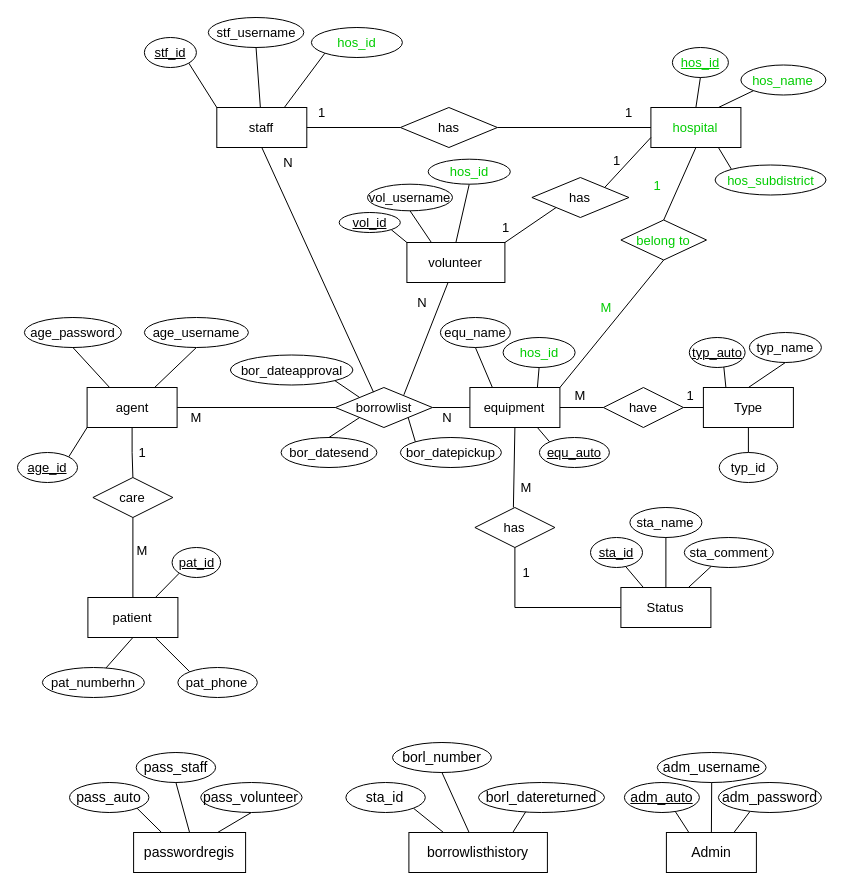
Earlier version of the draw.io diagram ER_jmk_medstock.drawio (oown-mac/jmk_medstock_diagram). Source tidied: cells renumbered, new cells numbered last; positions are measured from the earlier drawing's top-left corner, leaving out a move shared by most shapes. Both pictures are drawn from the tidied source at 100%, with x=0, y=0 at pixel (17, 17).
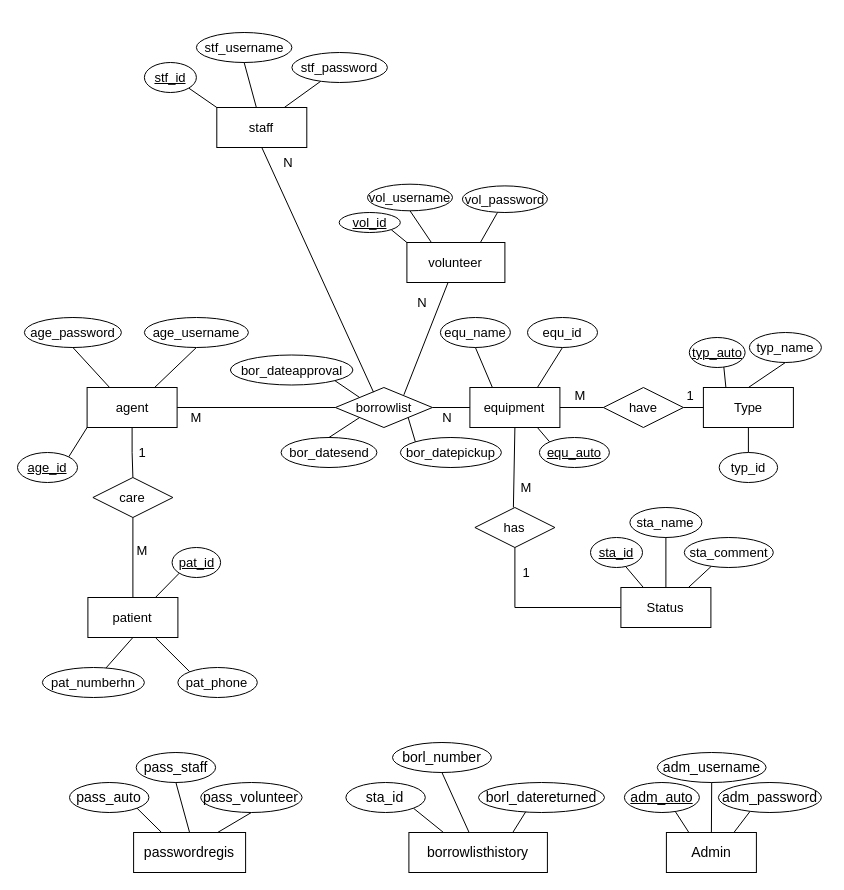
Above is the later version.

The change refers to these unchanged cells:
```xml
<mxCell id="10" value="&lt;div&gt;&lt;font&gt;equipment&lt;/font&gt;&lt;/div&gt;" style="rounded=0;whiteSpace=wrap;html=1;fontSize=13;" parent="1" vertex="1">
  <mxGeometry x="452.4" y="370" width="90" height="40" as="geometry" />
</mxCell>
<mxCell id="82" value="&lt;font&gt;volunteer&lt;/font&gt;" style="rounded=0;whiteSpace=wrap;html=1;fontSize=13;" parent="1" vertex="1">
  <mxGeometry x="389.4" y="225" width="98" height="40" as="geometry" />
</mxCell>
<mxCell id="105" value="&lt;div&gt;&lt;font&gt;staff&lt;/font&gt;&lt;/div&gt;" style="rounded=0;whiteSpace=wrap;html=1;fontSize=13;" parent="1" vertex="1">
  <mxGeometry x="199.3" y="90" width="90" height="40" as="geometry" />
</mxCell>
```

Change to the diagram source:
```diff
@@
+    <mxCell id="124" style="rounded=0;jettySize=auto;html=1;exitX=0.75;exitY=0;exitDx=0;exitDy=0;entryX=0.5;entryY=1;entryDx=0;entryDy=0;endArrow=none;endFill=0;" parent="1" edge="1" source="10" target="127">
+      <mxGeometry relative="1" as="geometry" />
+    </mxCell>
@@
-    <mxCell id="43" value="&lt;font color=&quot;#00cc00&quot;&gt;hos_id&lt;/font&gt;" style="ellipse;whiteSpace=wrap;html=1;fontSize=13;" parent="1" vertex="1">
-      <mxGeometry x="485.6" y="320" width="72" height="30" as="geometry" />
-    </mxCell>
@@
-    <mxCell id="46" style="endArrow=none;html=1;rounded=0;exitX=0.75;exitY=0;exitDx=0;exitDy=0;entryX=0.5;entryY=1;entryDx=0;entryDy=0;fontSize=13;" parent="1" edge="1" source="10" target="43">
-      <mxGeometry relative="1" as="geometry" />
-    </mxCell>
@@
-    <mxCell id="67" value="&lt;font&gt;hospital&lt;/font&gt;" style="rounded=0;whiteSpace=wrap;html=1;fontSize=13;fontColor=#00CC00;" parent="1" vertex="1">
-      <mxGeometry x="633.4" y="90" width="90" height="40" as="geometry" />
-    </mxCell>
-    <mxCell id="68" style="endArrow=none;html=1;rounded=0;entryX=0.5;entryY=1;entryDx=0;entryDy=0;fontSize=13;exitX=0.5;exitY=0;exitDx=0;exitDy=0;" parent="1" edge="1" source="74" target="67">
-      <mxGeometry relative="1" as="geometry" />
-    </mxCell>
@@
-    <mxCell id="70" value="&lt;span&gt;&lt;u&gt;hos_id&lt;/u&gt;&lt;/span&gt;" style="ellipse;whiteSpace=wrap;html=1;fontSize=13;fontColor=#00CC00;" parent="1" vertex="1">
-      <mxGeometry x="654.9" y="30" width="56" height="30" as="geometry" />
-    </mxCell>
-    <mxCell id="71" value="&lt;font&gt;hos_name&lt;/font&gt;" style="ellipse;whiteSpace=wrap;html=1;fontSize=13;fontColor=#00CC00;" parent="1" vertex="1">
-      <mxGeometry x="723.4" y="47.5" width="85" height="30" as="geometry" />
-    </mxCell>
-    <mxCell id="72" style="endArrow=none;html=1;rounded=0;exitX=0.5;exitY=0;exitDx=0;exitDy=0;entryX=0.5;entryY=1;entryDx=0;entryDy=0;fontSize=13;fontColor=#00CC00;" parent="1" edge="1" source="67" target="70">
-      <mxGeometry relative="1" as="geometry" />
-    </mxCell>
-    <mxCell id="73" style="endArrow=none;html=1;rounded=0;exitX=0.75;exitY=0;exitDx=0;exitDy=0;entryX=0;entryY=1;entryDx=0;entryDy=0;fontSize=13;fontColor=#00CC00;" parent="1" edge="1" source="67" target="71">
-      <mxGeometry relative="1" as="geometry" />
-    </mxCell>
-    <mxCell id="74" value="&lt;font&gt;belong to&lt;/font&gt;" style="rhombus;whiteSpace=wrap;html=1;fontSize=13;fontColor=#00CC00;" parent="1" vertex="1">
-      <mxGeometry x="603.4" y="202.5" width="85.6" height="40" as="geometry" />
-    </mxCell>
-    <mxCell id="75" style="endArrow=none;html=1;rounded=0;entryX=0.5;entryY=1;entryDx=0;entryDy=0;fontSize=13;exitX=1;exitY=0;exitDx=0;exitDy=0;" parent="1" edge="1" source="10" target="74">
-      <mxGeometry relative="1" as="geometry" />
-    </mxCell>
@@
-    <mxCell id="80" value="1" style="text;html=1;align=center;verticalAlign=middle;whiteSpace=wrap;rounded=0;fontSize=13;fontColor=#00CC00;" parent="1" vertex="1">
-      <mxGeometry x="629.5" y="157.5" width="20" height="20" as="geometry" />
-    </mxCell>
-    <mxCell id="81" value="M" style="text;html=1;align=center;verticalAlign=middle;whiteSpace=wrap;rounded=0;fontSize=13;fontColor=#00CC00;" parent="1" vertex="1">
-      <mxGeometry x="578.9" y="280" width="20" height="20" as="geometry" />
-    </mxCell>
+    <mxCell id="125" style="rounded=0;jettySize=auto;html=1;exitX=0.75;exitY=0;exitDx=0;exitDy=0;endArrow=none;endFill=0;" parent="1" edge="1" source="82" target="128">
+      <mxGeometry relative="1" as="geometry" />
+    </mxCell>
@@
-    <mxCell id="83" style="rounded=0;jettySize=auto;html=1;exitX=0;exitY=0;exitDx=0;exitDy=0;entryX=0.75;entryY=1;entryDx=0;entryDy=0;endArrow=none;endFill=0;fontSize=13;" parent="1" edge="1" source="84" target="67">
-      <mxGeometry relative="1" as="geometry" />
-    </mxCell>
-    <mxCell id="84" value="&lt;font&gt;hos_subdistrict&lt;/font&gt;" style="ellipse;whiteSpace=wrap;html=1;fontSize=13;fontColor=#00CC00;" parent="1" vertex="1">
-      <mxGeometry x="697.6" y="147.5" width="110.9" height="30" as="geometry" />
-    </mxCell>
@@
-    <mxCell id="89" style="rounded=0;jettySize=auto;html=1;exitX=0.5;exitY=1;exitDx=0;exitDy=0;entryX=0.5;entryY=0;entryDx=0;entryDy=0;endArrow=none;endFill=0;fontSize=13;" parent="1" edge="1" source="90" target="82">
-      <mxGeometry relative="1" as="geometry" />
-    </mxCell>
-    <mxCell id="90" value="&lt;font style=&quot;color: light-dark(rgb(0, 204, 0), rgb(0, 204, 0));&quot;&gt;hos_id&lt;/font&gt;" style="ellipse;whiteSpace=wrap;html=1;fontSize=13;" parent="1" vertex="1">
-      <mxGeometry x="410.7" y="141.7" width="82.1" height="25" as="geometry" />
-    </mxCell>
@@
+    <mxCell id="126" style="rounded=0;jettySize=auto;html=1;exitX=0.75;exitY=0;exitDx=0;exitDy=0;endArrow=none;endFill=0;" parent="1" edge="1" source="105" target="129">
+      <mxGeometry relative="1" as="geometry" />
+    </mxCell>
@@
-    <mxCell id="106" style="rounded=0;jettySize=auto;html=1;exitX=0;exitY=1;exitDx=0;exitDy=0;entryX=0.75;entryY=0;entryDx=0;entryDy=0;endArrow=none;endFill=0;fontSize=13;" parent="1" edge="1" source="107" target="105">
-      <mxGeometry relative="1" as="geometry" />
-    </mxCell>
-    <mxCell id="107" value="&lt;font style=&quot;color: light-dark(rgb(0, 204, 0), rgb(0, 204, 0));&quot;&gt;hos_id&lt;/font&gt;" style="ellipse;whiteSpace=wrap;html=1;fontSize=13;" parent="1" vertex="1">
-      <mxGeometry x="293.9" y="10" width="91" height="30" as="geometry" />
-    </mxCell>
@@
     <mxCell id="109" value="&lt;font&gt;&lt;u&gt;stf_id&lt;/u&gt;&lt;/font&gt;" style="ellipse;whiteSpace=wrap;html=1;fontSize=13;" parent="1" vertex="1">
-      <mxGeometry x="126.9" y="20" width="52" height="30" as="geometry" />
+      <mxGeometry x="126.9" y="45" width="52" height="30" as="geometry" />
     </mxCell>
@@
     <mxCell id="111" value="&lt;font&gt;stf_username&lt;/font&gt;" style="ellipse;whiteSpace=wrap;html=1;fontSize=13;" parent="1" vertex="1">
-      <mxGeometry x="190.8" width="95.5" height="30" as="geometry" />
+      <mxGeometry x="178.9" y="15" width="95.5" height="30" as="geometry" />
     </mxCell>
-    <mxCell id="112" style="rounded=0;jettySize=auto;html=1;exitX=1;exitY=0;exitDx=0;exitDy=0;entryX=0;entryY=0.75;entryDx=0;entryDy=0;endArrow=none;endFill=0;fontSize=13;" parent="1" edge="1" source="114" target="67">
-      <mxGeometry relative="1" as="geometry" />
-    </mxCell>
-    <mxCell id="113" style="rounded=0;jettySize=auto;html=1;exitX=0;exitY=1;exitDx=0;exitDy=0;entryX=1;entryY=0;entryDx=0;entryDy=0;endArrow=none;endFill=0;fontSize=13;" parent="1" edge="1" source="114" target="82">
-      <mxGeometry relative="1" as="geometry" />
-    </mxCell>
-    <mxCell id="114" value="has" style="rhombus;whiteSpace=wrap;html=1;fontSize=13;" parent="1" vertex="1">
-      <mxGeometry x="514.4" y="160" width="97" height="40" as="geometry" />
-    </mxCell>
-    <mxCell id="115" style="rounded=0;jettySize=auto;html=1;exitX=0;exitY=0.5;exitDx=0;exitDy=0;entryX=1;entryY=0.5;entryDx=0;entryDy=0;endArrow=none;endFill=0;fontSize=13;" parent="1" edge="1" source="117" target="105">
-      <mxGeometry relative="1" as="geometry" />
-    </mxCell>
-    <mxCell id="116" style="rounded=0;jettySize=auto;html=1;entryX=0;entryY=0.5;entryDx=0;entryDy=0;endArrow=none;endFill=0;exitX=1;exitY=0.5;exitDx=0;exitDy=0;fontSize=13;" parent="1" edge="1" source="117" target="67">
-      <mxGeometry relative="1" as="geometry" />
-    </mxCell>
-    <mxCell id="117" value="has" style="rhombus;whiteSpace=wrap;html=1;fontSize=13;" parent="1" vertex="1">
-      <mxGeometry x="382.9" y="90" width="97" height="40" as="geometry" />
-    </mxCell>
-    <mxCell id="118" value="1" style="text;html=1;align=center;verticalAlign=middle;strokeColor=none;fillColor=none;fontSize=13;" parent="1" vertex="1">
-      <mxGeometry x="289.3" y="80" width="30" height="30" as="geometry" />
-    </mxCell>
-    <mxCell id="119" value="1" style="text;html=1;align=center;verticalAlign=middle;strokeColor=none;fillColor=none;fontSize=13;" parent="1" vertex="1">
-      <mxGeometry x="595.9" y="80" width="30" height="30" as="geometry" />
-    </mxCell>
-    <mxCell id="120" value="1" style="text;html=1;align=center;verticalAlign=middle;strokeColor=none;fillColor=none;fontSize=13;" parent="1" vertex="1">
-      <mxGeometry x="584" y="127.5" width="30" height="30" as="geometry" />
-    </mxCell>
-    <mxCell id="121" value="1" style="text;html=1;align=center;verticalAlign=middle;strokeColor=none;fillColor=none;fontSize=13;" parent="1" vertex="1">
-      <mxGeometry x="473.4" y="195" width="30" height="30" as="geometry" />
-    </mxCell>
@@
+    <mxCell id="127" value="&lt;font&gt;equ_id&lt;/font&gt;" style="ellipse;whiteSpace=wrap;html=1;fontSize=13;" parent="1" vertex="1">
+      <mxGeometry x="510" y="300" width="70" height="30" as="geometry" />
+    </mxCell>
+    <mxCell id="128" value="vol_password" style="ellipse;whiteSpace=wrap;html=1;fontSize=13;" parent="1" vertex="1">
+      <mxGeometry x="444.9" y="168.4" width="85" height="26.6" as="geometry" />
+    </mxCell>
+    <mxCell id="129" value="&lt;font&gt;stf_password&lt;/font&gt;" style="ellipse;whiteSpace=wrap;html=1;fontSize=13;" parent="1" vertex="1">
+      <mxGeometry x="274.4" y="35" width="95.5" height="30" as="geometry" />
+    </mxCell>
```
